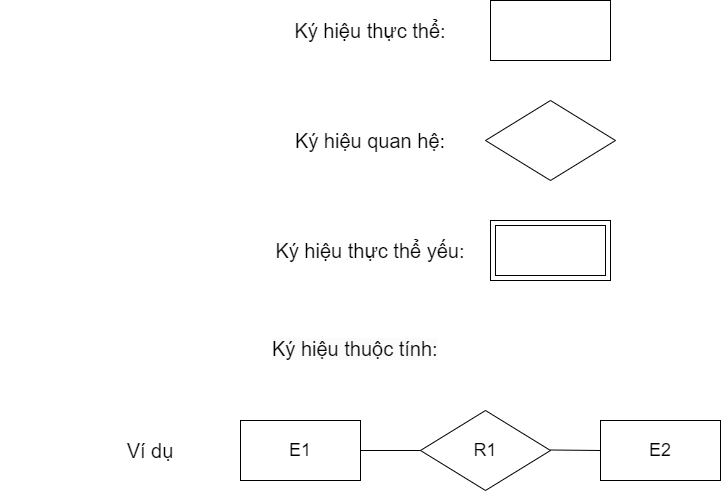
The draw.io diagram Chương 2 (Ký hiệu).png in datnham0212/learning, before a commit. Source tidied: cells renumbered, new cells last; positions are measured from the earlier drawing's top-left corner, leaving out a move shared by most shapes.
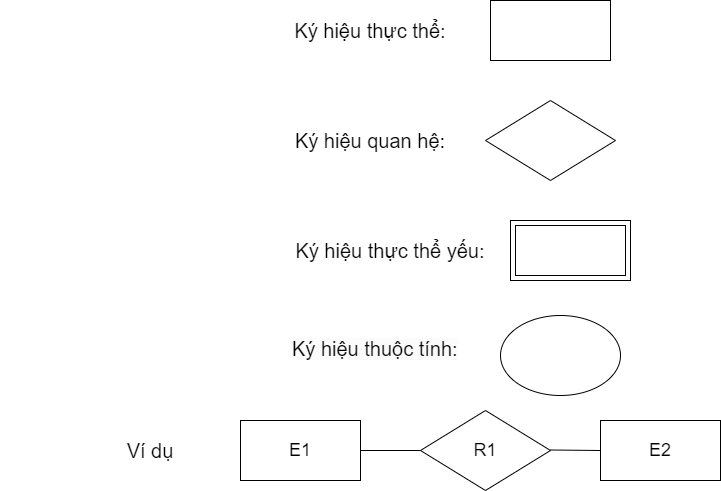
After the commit.

What changed in the source:
```diff
@@ -21,10 +21,10 @@
       <mxGeometry x="485" y="100" width="130" height="80" as="geometry" />
     </mxCell>
     <mxCell id="8" style="shape=ext;margin=3;double=1;whiteSpace=wrap;html=1;align=center;" parent="1" vertex="1">
-      <mxGeometry x="490" y="220" width="120" height="60" as="geometry" />
+      <mxGeometry x="510" y="220" width="120" height="60" as="geometry" />
     </mxCell>
     <mxCell id="9" value="&lt;span style=&quot;font-size: 20px;&quot;&gt;Ký hiệu thực thể yếu:&lt;/span&gt;" style="text;html=1;strokeColor=none;fillColor=none;align=center;verticalAlign=middle;whiteSpace=wrap;rounded=0;" parent="1" vertex="1">
-      <mxGeometry x="220" y="220" width="300" height="60" as="geometry" />
+      <mxGeometry x="240" y="220" width="300" height="60" as="geometry" />
     </mxCell>
     <mxCell id="10" value="E2" style="rounded=0;whiteSpace=wrap;html=1;fontSize=18;" parent="1" vertex="1">
       <mxGeometry x="600" y="420" width="120" height="60" as="geometry" />
@@ -44,7 +44,10 @@
       </mxGeometry>
     </mxCell>
     <mxCell id="14" value="&lt;span style=&quot;color: rgb(0, 0, 0); font-family: Helvetica; font-size: 20px; font-style: normal; font-variant-ligatures: normal; font-variant-caps: normal; font-weight: 400; letter-spacing: normal; orphans: 2; text-align: center; text-indent: 0px; text-transform: none; widows: 2; word-spacing: 0px; -webkit-text-stroke-width: 0px; background-color: rgb(251, 251, 251); text-decoration-thickness: initial; text-decoration-style: initial; text-decoration-color: initial; float: none; display: inline !important;&quot;&gt;Ký hiệu thuộc tính:&lt;/span&gt;" style="text;whiteSpace=wrap;html=1;" parent="1" vertex="1">
-      <mxGeometry x="270" y="330" width="220" height="50" as="geometry" />
+      <mxGeometry x="290" y="330" width="220" height="50" as="geometry" />
     </mxCell>
+    <mxCell id="15" style="ellipse;whiteSpace=wrap;html=1;" parent="1" vertex="1">
+      <mxGeometry x="500" y="315" width="120" height="80" as="geometry" />
+    </mxCell>
   </root>
 </mxGraphModel>
```
